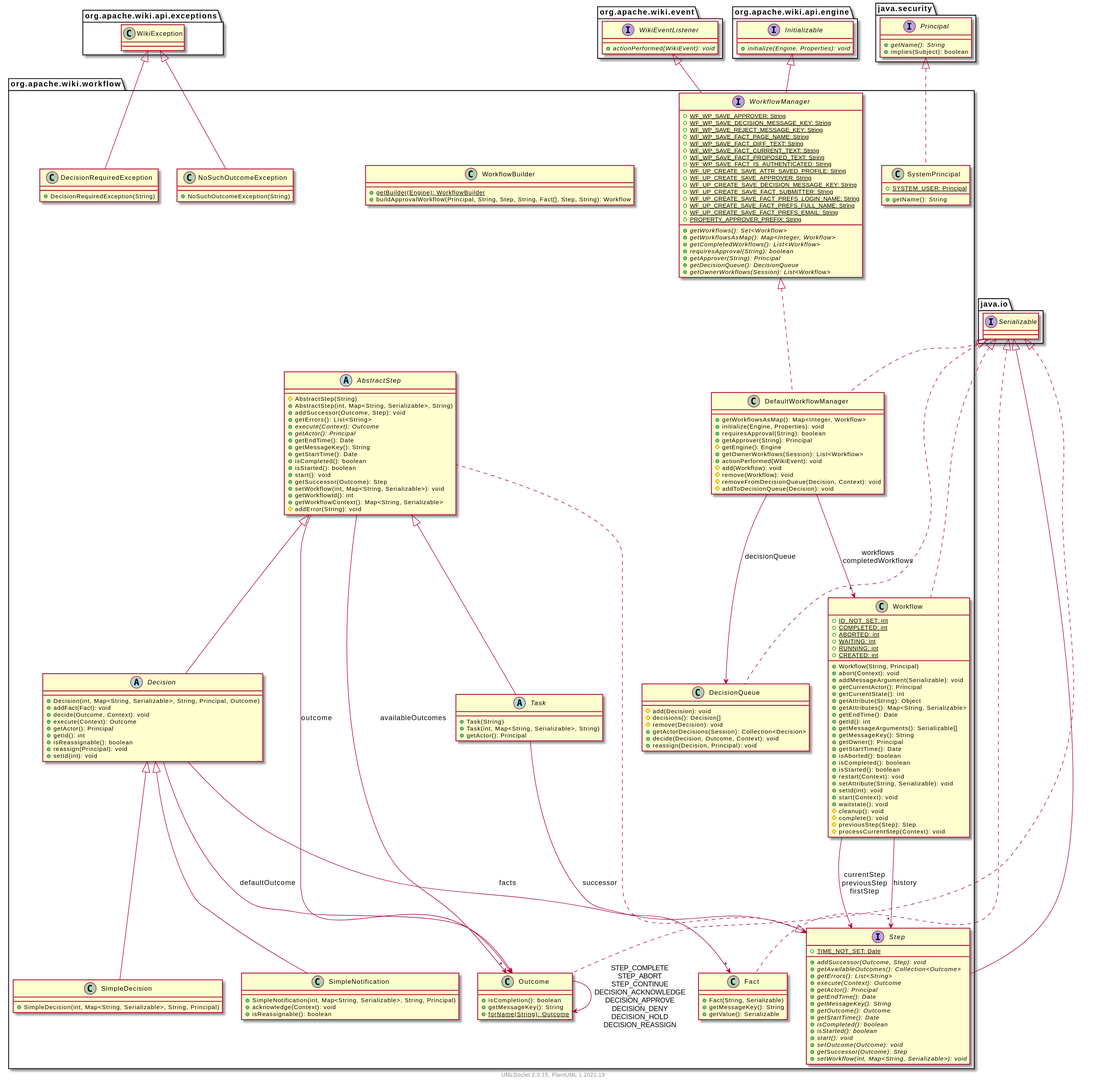
The PlantUML diagram apidocs/2.12.1-SNAPSHOT/org/apache/wiki/workflow/package.svg in apache/jspwiki-site, before a commit.
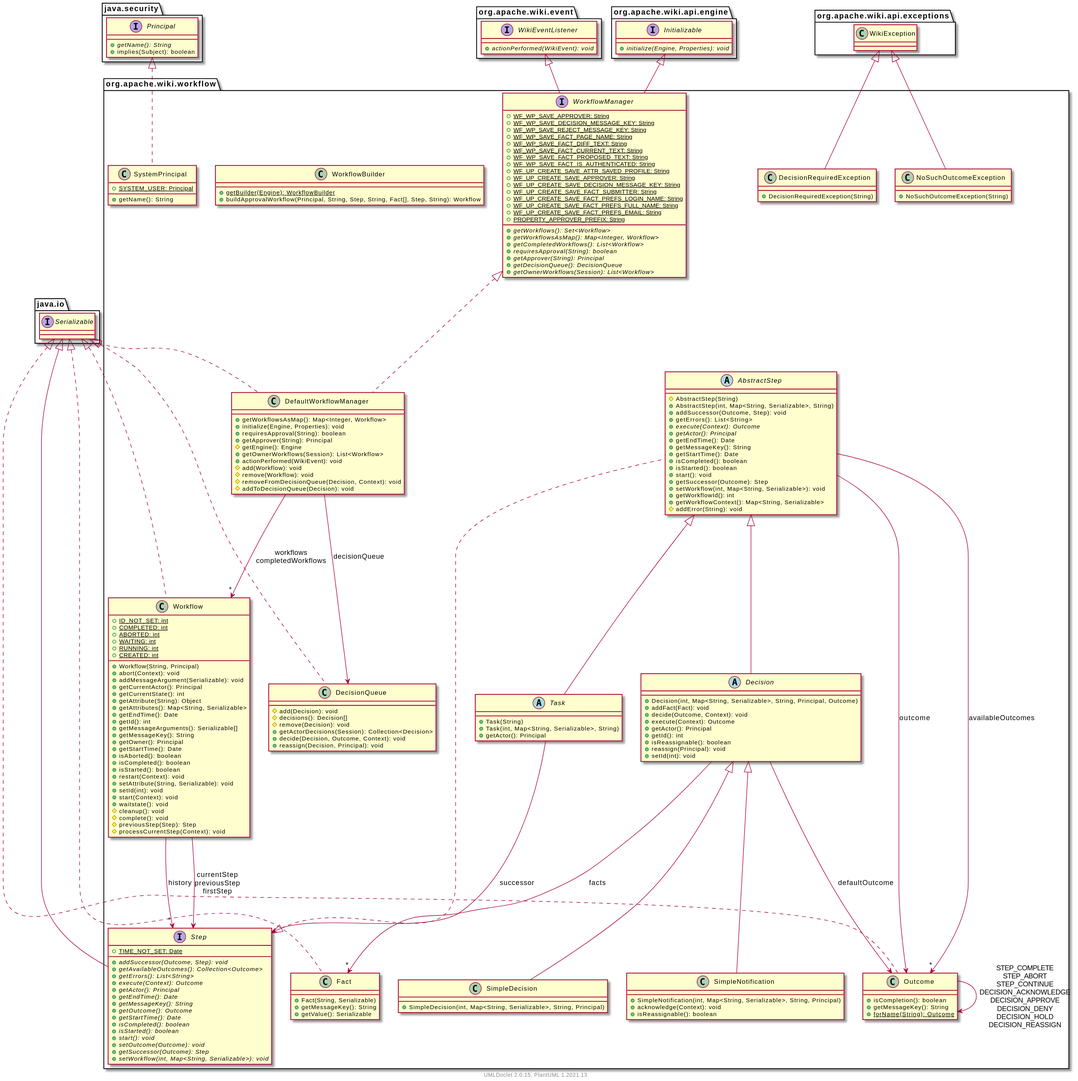
Later version of the same file.

Change to the diagram source:
```diff
@@ -21,63 +21,22 @@
             #addError(String): void
         }
 
-        class Fact [[Fact.html]] {
-            +Fact(String, Serializable)
-            +getMessageKey(): String
-            +getValue(): Serializable
+        class SimpleDecision [[SimpleDecision.html]] {
+            +SimpleDecision(int, Map<String, Serializable>, String, Principal)
         }
 
-        class DecisionRequiredException [[DecisionRequiredException.html]] {
-            +DecisionRequiredException(String)
+        class DecisionQueue [[DecisionQueue.html]] {
+            #add(Decision): void
+            #decisions(): Decision[]
+            #remove(Decision): void
+            +getActorDecisions(Session): Collection<Decision>
+            +decide(Decision, Outcome, Context): void
+            +reassign(Decision, Principal): void
         }
 
-        interface WorkflowManager [[WorkflowManager.html]] {
-            {static} +WF_WP_SAVE_APPROVER: String
-            {static} +WF_WP_SAVE_DECISION_MESSAGE_KEY: String
-            {static} +WF_WP_SAVE_REJECT_MESSAGE_KEY: String
-            {static} +WF_WP_SAVE_FACT_PAGE_NAME: String
-            {static} +WF_WP_SAVE_FACT_DIFF_TEXT: String
-            {static} +WF_WP_SAVE_FACT_CURRENT_TEXT: String
-            {static} +WF_WP_SAVE_FACT_PROPOSED_TEXT: String
-            {static} +WF_WP_SAVE_FACT_IS_AUTHENTICATED: String
-            {static} +WF_UP_CREATE_SAVE_ATTR_SAVED_PROFILE: String
-            {static} +WF_UP_CREATE_SAVE_APPROVER: String
-            {static} +WF_UP_CREATE_SAVE_DECISION_MESSAGE_KEY: String
-            {static} +WF_UP_CREATE_SAVE_FACT_SUBMITTER: String
-            {static} +WF_UP_CREATE_SAVE_FACT_PREFS_LOGIN_NAME: String
-            {static} +WF_UP_CREATE_SAVE_FACT_PREFS_FULL_NAME: String
-            {static} +WF_UP_CREATE_SAVE_FACT_PREFS_EMAIL: String
-            {static} +PROPERTY_APPROVER_PREFIX: String
-            {abstract} +getWorkflows(): Set<Workflow>
-            {abstract} +getWorkflowsAsMap(): Map<Integer, Workflow>
-            {abstract} +getCompletedWorkflows(): List<Workflow>
-            {abstract} +requiresApproval(String): boolean
-            {abstract} +getApprover(String): Principal
-            {abstract} +getDecisionQueue(): DecisionQueue
-            {abstract} +getOwnerWorkflows(Session): List<Workflow>
-        }
-
-        class WorkflowBuilder [[WorkflowBuilder.html]] {
-            {static} +getBuilder(Engine): WorkflowBuilder
-            +buildApprovalWorkflow(Principal, String, Step, String, Fact[], Step, String): Workflow
-        }
-
-        class DefaultWorkflowManager [[DefaultWorkflowManager.html]] {
-            +getWorkflowsAsMap(): Map<Integer, Workflow>
-            +initialize(Engine, Properties): void
-            +requiresApproval(String): boolean
-            +getApprover(String): Principal
-            #getEngine(): Engine
-            +getOwnerWorkflows(Session): List<Workflow>
-            +actionPerformed(WikiEvent): void
-            #add(Workflow): void
-            #remove(Workflow): void
-            #removeFromDecisionQueue(Decision, Context): void
-            #addToDecisionQueue(Decision): void
-        }
-
-        class SimpleDecision [[SimpleDecision.html]] {
-            +SimpleDecision(int, Map<String, Serializable>, String, Principal)
+        class SystemPrincipal [[SystemPrincipal.html]] {
+            {static} +SYSTEM_USER: Principal
+            +getName(): String
         }
 
         abstract class Task [[Task.html]] {
@@ -90,55 +49,6 @@
             +SimpleNotification(int, Map<String, Serializable>, String, Principal)
             +acknowledge(Context): void
             +isReassignable(): boolean
-        }
-
-        class DecisionQueue [[DecisionQueue.html]] {
-            #add(Decision): void
-            #decisions(): Decision[]
-            #remove(Decision): void
-            +getActorDecisions(Session): Collection<Decision>
-            +decide(Decision, Outcome, Context): void
-            +reassign(Decision, Principal): void
-        }
-
-        abstract class Decision [[Decision.html]] {
-            +Decision(int, Map<String, Serializable>, String, Principal, Outcome)
-            +addFact(Fact): void
-            +decide(Outcome, Context): void
-            +execute(Context): Outcome
-            +getActor(): Principal
-            +getId(): int
-            +isReassignable(): boolean
-            +reassign(Principal): void
-            +setId(int): void
-        }
-
-        class NoSuchOutcomeException [[NoSuchOutcomeException.html]] {
-            +NoSuchOutcomeException(String)
-        }
-
-        class SystemPrincipal [[SystemPrincipal.html]] {
-            {static} +SYSTEM_USER: Principal
-            +getName(): String
-        }
-
-        interface Step [[Step.html]] {
-            {static} +TIME_NOT_SET: Date
-            {abstract} +addSuccessor(Outcome, Step): void
-            {abstract} +getAvailableOutcomes(): Collection<Outcome>
-            {abstract} +getErrors(): List<String>
-            {abstract} +execute(Context): Outcome
-            {abstract} +getActor(): Principal
-            {abstract} +getEndTime(): Date
-            {abstract} +getMessageKey(): String
-            {abstract} +getOutcome(): Outcome
-            {abstract} +getStartTime(): Date
-            {abstract} +isCompleted(): boolean
-            {abstract} +isStarted(): boolean
-            {abstract} +start(): void
-            {abstract} +setOutcome(Outcome): void
-            {abstract} +getSuccessor(Outcome): Step
-            {abstract} +setWorkflow(int, Map<String, Serializable>): void
         }
 
         class Workflow [[Workflow.html]] {
@@ -181,41 +91,133 @@
             {static} +forName(String): Outcome
         }
 
+        interface WorkflowManager [[WorkflowManager.html]] {
+            {static} +WF_WP_SAVE_APPROVER: String
+            {static} +WF_WP_SAVE_DECISION_MESSAGE_KEY: String
+            {static} +WF_WP_SAVE_REJECT_MESSAGE_KEY: String
+            {static} +WF_WP_SAVE_FACT_PAGE_NAME: String
+            {static} +WF_WP_SAVE_FACT_DIFF_TEXT: String
+            {static} +WF_WP_SAVE_FACT_CURRENT_TEXT: String
+            {static} +WF_WP_SAVE_FACT_PROPOSED_TEXT: String
+            {static} +WF_WP_SAVE_FACT_IS_AUTHENTICATED: String
+            {static} +WF_UP_CREATE_SAVE_ATTR_SAVED_PROFILE: String
+            {static} +WF_UP_CREATE_SAVE_APPROVER: String
+            {static} +WF_UP_CREATE_SAVE_DECISION_MESSAGE_KEY: String
+            {static} +WF_UP_CREATE_SAVE_FACT_SUBMITTER: String
+            {static} +WF_UP_CREATE_SAVE_FACT_PREFS_LOGIN_NAME: String
+            {static} +WF_UP_CREATE_SAVE_FACT_PREFS_FULL_NAME: String
+            {static} +WF_UP_CREATE_SAVE_FACT_PREFS_EMAIL: String
+            {static} +PROPERTY_APPROVER_PREFIX: String
+            {abstract} +getWorkflows(): Set<Workflow>
+            {abstract} +getWorkflowsAsMap(): Map<Integer, Workflow>
+            {abstract} +getCompletedWorkflows(): List<Workflow>
+            {abstract} +requiresApproval(String): boolean
+            {abstract} +getApprover(String): Principal
+            {abstract} +getDecisionQueue(): DecisionQueue
+            {abstract} +getOwnerWorkflows(Session): List<Workflow>
+        }
+
+        interface Step [[Step.html]] {
+            {static} +TIME_NOT_SET: Date
+            {abstract} +addSuccessor(Outcome, Step): void
+            {abstract} +getAvailableOutcomes(): Collection<Outcome>
+            {abstract} +getErrors(): List<String>
+            {abstract} +execute(Context): Outcome
+            {abstract} +getActor(): Principal
+            {abstract} +getEndTime(): Date
+            {abstract} +getMessageKey(): String
+            {abstract} +getOutcome(): Outcome
+            {abstract} +getStartTime(): Date
+            {abstract} +isCompleted(): boolean
+            {abstract} +isStarted(): boolean
+            {abstract} +start(): void
+            {abstract} +setOutcome(Outcome): void
+            {abstract} +getSuccessor(Outcome): Step
+            {abstract} +setWorkflow(int, Map<String, Serializable>): void
+        }
+
+        class Fact [[Fact.html]] {
+            +Fact(String, Serializable)
+            +getMessageKey(): String
+            +getValue(): Serializable
+        }
+
+        class NoSuchOutcomeException [[NoSuchOutcomeException.html]] {
+            +NoSuchOutcomeException(String)
+        }
+
+        abstract class Decision [[Decision.html]] {
+            +Decision(int, Map<String, Serializable>, String, Principal, Outcome)
+            +addFact(Fact): void
+            +decide(Outcome, Context): void
+            +execute(Context): Outcome
+            +getActor(): Principal
+            +getId(): int
+            +isReassignable(): boolean
+            +reassign(Principal): void
+            +setId(int): void
+        }
+
+        class WorkflowBuilder [[WorkflowBuilder.html]] {
+            {static} +getBuilder(Engine): WorkflowBuilder
+            +buildApprovalWorkflow(Principal, String, Step, String, Fact[], Step, String): Workflow
+        }
+
+        class DefaultWorkflowManager [[DefaultWorkflowManager.html]] {
+            +getWorkflowsAsMap(): Map<Integer, Workflow>
+            +initialize(Engine, Properties): void
+            +requiresApproval(String): boolean
+            +getApprover(String): Principal
+            #getEngine(): Engine
+            +getOwnerWorkflows(Session): List<Workflow>
+            +actionPerformed(WikiEvent): void
+            #add(Workflow): void
+            #remove(Workflow): void
+            #removeFromDecisionQueue(Decision, Context): void
+            #addToDecisionQueue(Decision): void
+        }
+
+        class DecisionRequiredException [[DecisionRequiredException.html]] {
+            +DecisionRequiredException(String)
+        }
+
         Step <|.. AbstractStep
         AbstractStep --> "*" Outcome: availableOutcomes
         AbstractStep --> Outcome: outcome
-        java.io.Serializable <|.. Fact
-        org.apache.wiki.api.exceptions.WikiException <|-- DecisionRequiredException
-        org.apache.wiki.event.WikiEventListener <|-- WorkflowManager
-        org.apache.wiki.api.engine.Initializable <|-- WorkflowManager
-        WorkflowManager <|.. DefaultWorkflowManager
-        java.io.Serializable <|.. DefaultWorkflowManager
-        DefaultWorkflowManager --> "*" Workflow: workflows\ncompletedWorkflows
-        DefaultWorkflowManager --> DecisionQueue: decisionQueue
         Decision <|-- SimpleDecision
+        java.io.Serializable <|.. DecisionQueue
+        java.security.Principal <|.. SystemPrincipal
         AbstractStep <|-- Task
         Task --> Step: successor
         Decision <|-- SimpleNotification
-        java.io.Serializable <|.. DecisionQueue
-        AbstractStep <|-- Decision
-        Decision --> Outcome: defaultOutcome
-        Decision --> "*" Fact: facts
-        org.apache.wiki.api.exceptions.WikiException <|-- NoSuchOutcomeException
-        java.security.Principal <|.. SystemPrincipal
-        java.io.Serializable <|-- Step
         java.io.Serializable <|.. Workflow
         Workflow --> "*" Step: history
         Workflow --> Step: currentStep\npreviousStep\nfirstStep
         java.io.Serializable <|.. Outcome
         Outcome --> Outcome: STEP_COMPLETE\nSTEP_ABORT\nSTEP_CONTINUE\nDECISION_ACKNOWLEDGE\nDECISION_APPROVE\nDECISION_DENY\nDECISION_HOLD\nDECISION_REASSIGN
+        org.apache.wiki.event.WikiEventListener <|-- WorkflowManager
+        org.apache.wiki.api.engine.Initializable <|-- WorkflowManager
+        java.io.Serializable <|-- Step
+        java.io.Serializable <|.. Fact
+        org.apache.wiki.api.exceptions.WikiException <|-- NoSuchOutcomeException
+        AbstractStep <|-- Decision
+        Decision --> Outcome: defaultOutcome
+        Decision --> "*" Fact: facts
+        WorkflowManager <|.. DefaultWorkflowManager
+        java.io.Serializable <|.. DefaultWorkflowManager
+        DefaultWorkflowManager --> "*" Workflow: workflows\ncompletedWorkflows
+        DefaultWorkflowManager --> DecisionQueue: decisionQueue
+        org.apache.wiki.api.exceptions.WikiException <|-- DecisionRequiredException
     }
 
     namespace java.io {
         interface Serializable
     }
 
-    namespace org.apache.wiki.api.exceptions {
-        class WikiException [[../api/exceptions/WikiException.html]] {
+    namespace java.security {
+        interface Principal {
+            {abstract} +getName(): String
+            +implies(Subject): boolean
         }
     }
 
@@ -231,10 +233,8 @@
         }
     }
 
-    namespace java.security {
-        interface Principal {
-            {abstract} +getName(): String
-            +implies(Subject): boolean
+    namespace org.apache.wiki.api.exceptions {
+        class WikiException [[../api/exceptions/WikiException.html]] {
         }
     }
 
```
